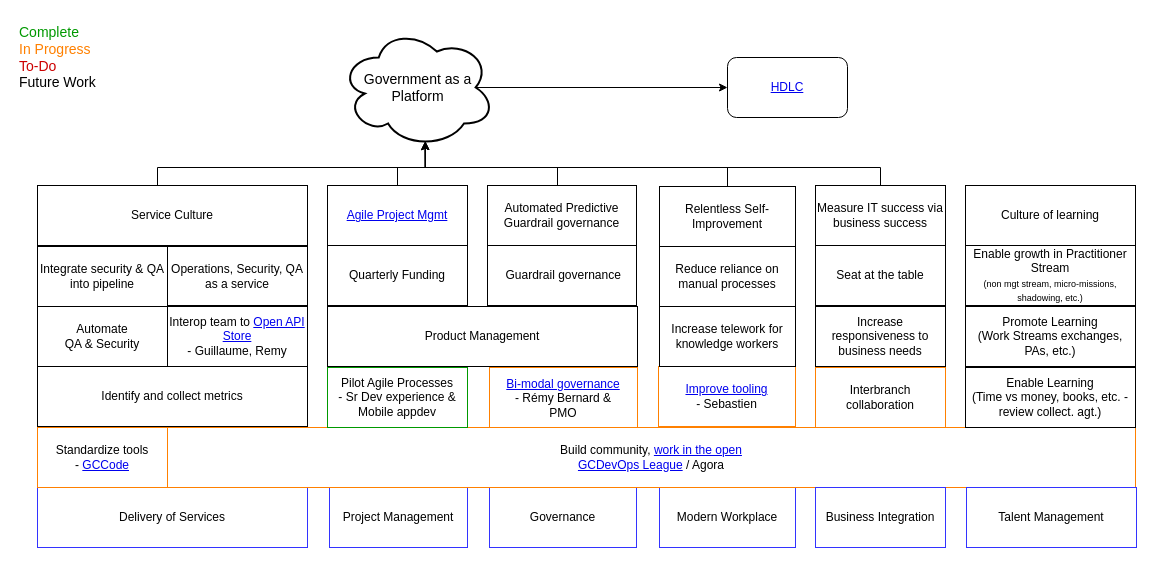
This is wip-tec/en/StrategySummary.drawio from sara-sabr/ITStrategy, a draw.io file, before an edit. Source tidied: cells renumbered, new cells numbered last; positions are measured from the earlier drawing's top-left corner, leaving out a move shared by most shapes. Both pictures are drawn from the tidied source at 100%, with x=0, y=0 at pixel (17, 17).
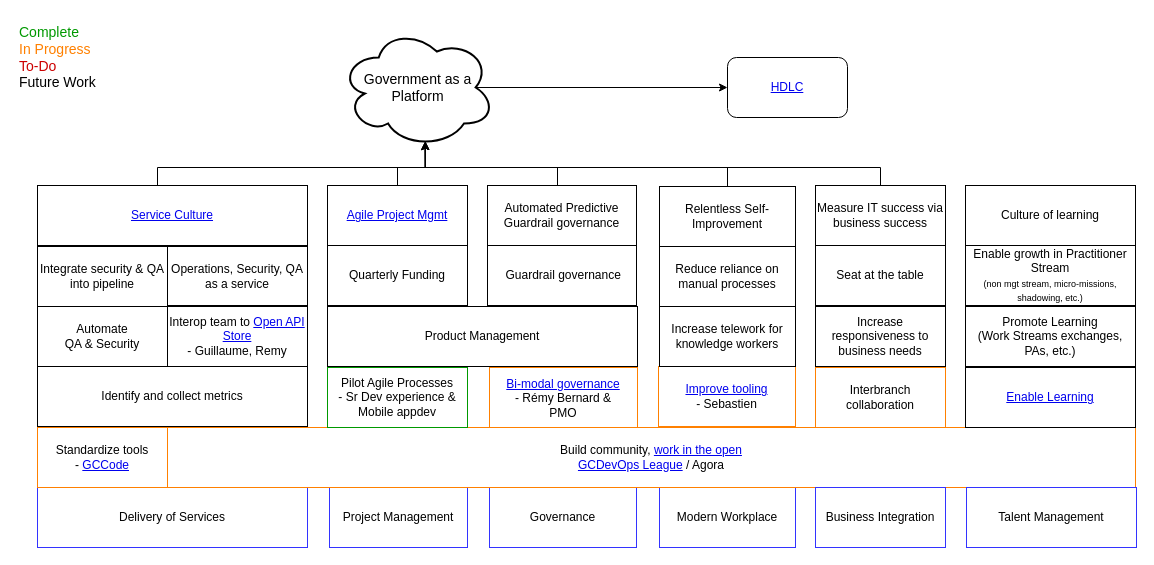
Above is the later version.

Commit message:
Adding links for service culture and enable learning

Change to the diagram source:
```diff
@@
-    <mxCell id="26" value="&lt;div&gt;Service Culture&lt;/div&gt;" style="rounded=0;whiteSpace=wrap;html=1;strokeColor=#000000;" parent="1" vertex="1">
+    <mxCell id="26" value="&lt;div&gt;&lt;a href=&quot;https://github.com/sara-sabr/ITStrategy/blob/master/wip-tec/en/ServiceCulture.md&quot;&gt;Service Culture&lt;/a&gt;&lt;/div&gt;" style="rounded=0;whiteSpace=wrap;html=1;strokeColor=#000000;" parent="1" vertex="1">
       <mxGeometry x="20" y="168" width="270" height="60" as="geometry" />
     </mxCell>
@@
-    <mxCell id="38" value="Enable Learning&lt;br&gt;(Time vs money, books, etc. - review collect. agt.)" style="rounded=0;whiteSpace=wrap;html=1;strokeColor=#000000;" parent="1" vertex="1">
-      <mxGeometry x="948" y="350" width="170" height="60" as="geometry" />
-    </mxCell>
+    <mxCell id="44" value="&lt;a href=&quot;https://github.com/sara-sabr/ITStrategy/blob/master/wip-tec/en/EnableLearning.md&quot;&gt;Enable Learning&lt;/a&gt;" style="rounded=0;whiteSpace=wrap;html=1;strokeColor=#000000;" parent="1" vertex="1">
+      <mxGeometry x="948" y="350" width="170" height="60" as="geometry" />
+    </mxCell>
```
